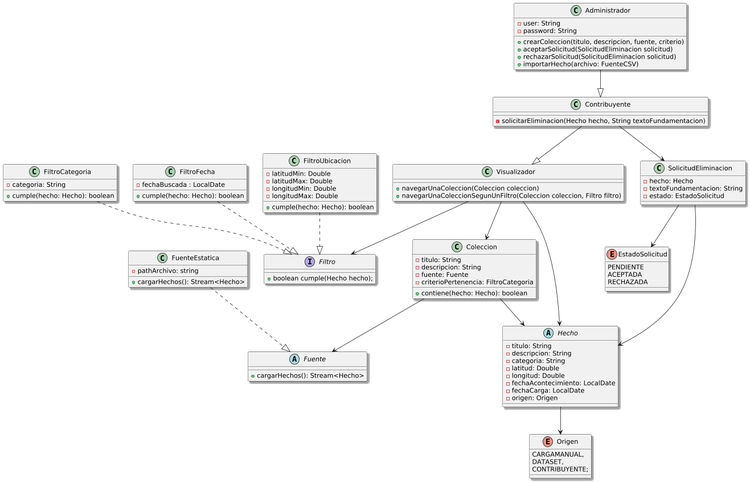
This is Diagramas/classDiagram.png from ValentinVilla/tpa-diseno-sistemas-2025, a PlantUML export, as it was before one commit.
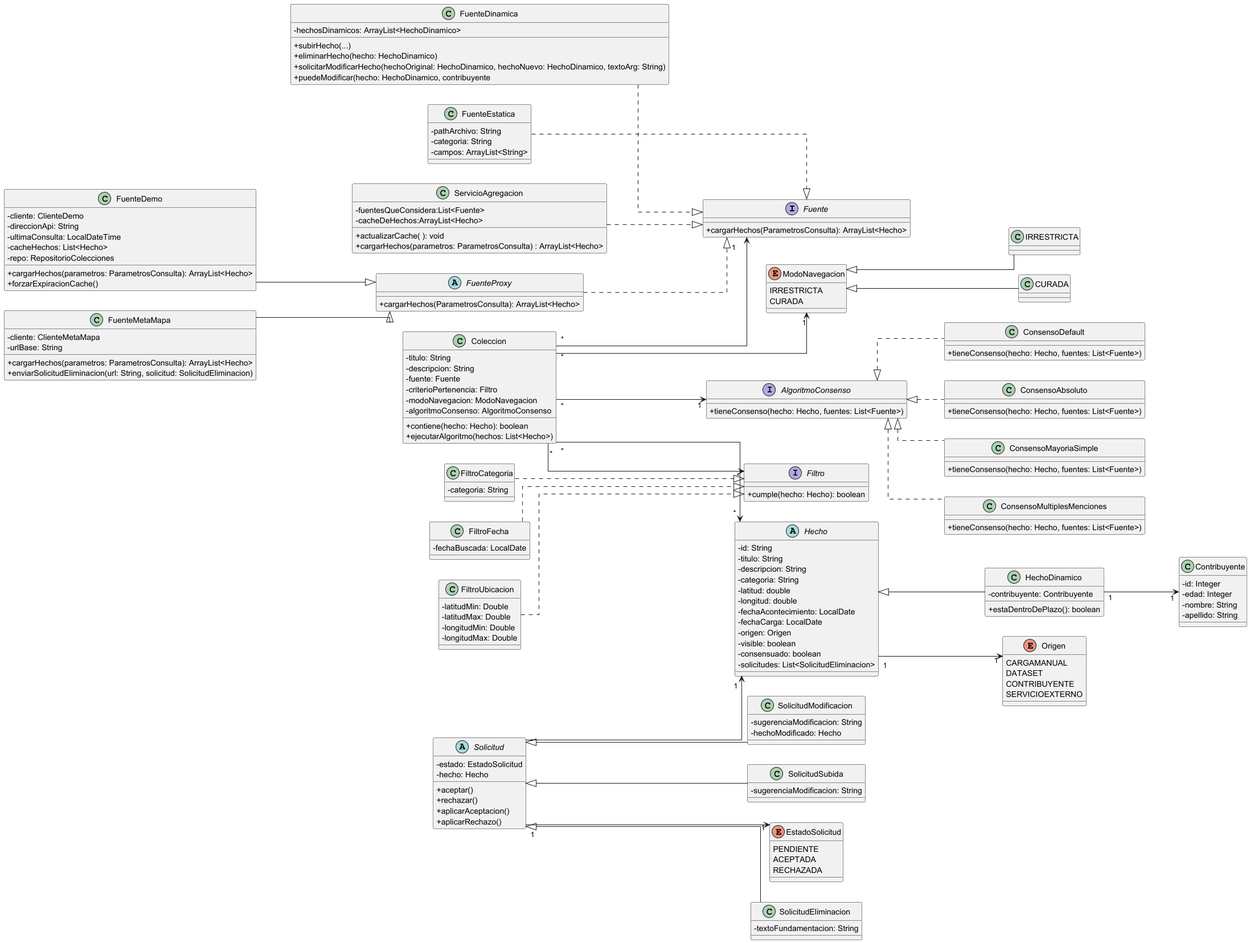
After the change.

Commit message:
actualizacion diagramas

Change to the diagram source:
```diff
@@ -1,41 +1,108 @@
 @startuml
-skinparam shadowing true
+skinparam classAttributeIconSize 0
+left to right direction
+skinparam linetype ortho
 
-class Coleccion {
+interface Fuente {
+  + cargarHechos(ParametrosConsulta): ArrayList<Hecho>
+}
+
+abstract class FuenteProxy {
+  + cargarHechos(ParametrosConsulta): ArrayList<Hecho>
+}
+
+class FuenteDinamica {
+  - hechosDinamicos: ArrayList<HechoDinamico>
+  + subirHecho(...)
+  + eliminarHecho(hecho: HechoDinamico)
+  + solicitarModificarHecho(hechoOriginal: HechoDinamico, hechoNuevo: HechoDinamico, textoArg: String)
+  + puedeModificar(hecho: HechoDinamico, contribuyente
+}
+
+class FuenteEstatica {
+  - pathArchivo: String
+  - categoria: String
+  - campos: ArrayList<String>
+}
+
+class FuenteDemo {
+  - cliente: ClienteDemo
+  - direccionApi: String
+  - ultimaConsulta: LocalDateTime
+  - cacheHechos: List<Hecho>
+  - repo: RepositorioColecciones
+  + cargarHechos(parametros: ParametrosConsulta): ArrayList<Hecho>
+  + forzarExpiracionCache()
+}
+
+class FuenteMetaMapa {
+  - cliente: ClienteMetaMapa
+  - urlBase: String
+  + cargarHechos(parametros: ParametrosConsulta): ArrayList<Hecho>
+  + enviarSolicitudEliminacion(url: String, solicitud: SolicitudEliminacion)
+}
+
+class ServicioAgregacion{
+  - fuentesQueConsidera:List<Fuente>
+  - cacheDeHechos:ArrayList<Hecho>
+  + actualizarCache( ): void
+  + cargarHechos(parametros: ParametrosConsulta) : ArrayList<Hecho>
+}
+
+abstract class Hecho {
+  - id: String
   - titulo: String
   - descripcion: String
-  - fuente: Fuente
-  - criterioPertenencia: FiltroCategoria
-  + contiene(hecho: Hecho): boolean
+  - categoria: String
+  - latitud: double
+  - longitud: double
+  - fechaAcontecimiento: LocalDate
+  - fechaCarga: LocalDate
+  - origen: Origen
+  - visible: boolean
+  - consensuado: boolean
+  - solicitudes: List<SolicitudEliminacion>
 }
 
-class Administrador {
-  - user: String
-  - password: String
-  + crearColeccion(titulo, descripcion, fuente, criterio)
-  + aceptarSolicitud(SolicitudEliminacion solicitud)
-  + rechazarSolicitud(SolicitudEliminacion solicitud)
-  + importarHecho(archivo: FuenteCSV)
+class HechoDinamico {
+  - contribuyente: Contribuyente
+  + estaDentroDePlazo(): boolean
 }
 
 enum Origen {
-  CARGAMANUAL,
-  DATASET,
-  CONTRIBUYENTE;
+  CARGAMANUAL
+  DATASET
+  CONTRIBUYENTE
+  SERVICIOEXTERNO
 }
 
-abstract class Fuente {
-  + cargarHechos(): Stream<Hecho>
+class Contribuyente {
+  - id: Integer
+  - edad: Integer
+  - nombre: String
+  - apellido: String
 }
 
-class FuenteEstatica {
-  - pathArchivo: string
-  + cargarHechos(): Stream<Hecho>
+abstract class Solicitud {
+  - estado: EstadoSolicitud
+  - hecho: Hecho
+  + aceptar()
+  + rechazar()
+  + aplicarAceptacion()
+  + aplicarRechazo()
 }
+
 class SolicitudEliminacion {
-  - hecho: Hecho
   - textoFundamentacion: String
-  - estado: EstadoSolicitud
+}
+
+class SolicitudModificacion {
+  - sugerenciaModificacion: String
+  - hechoModificado: Hecho
+}
+
+class SolicitudSubida {
+  - sugerenciaModificacion: String
 }
 
 enum EstadoSolicitud {
@@ -44,68 +111,96 @@
   RECHAZADA
 }
 
-class Contribuyente {
-   - solicitarEliminacion(Hecho hecho, String textoFundamentacion)
- }
-
-class Visualizador {
-  + navegarUnaColeccion(Coleccion coleccion)
-  + navegarUnaColeccionSegunUnFiltro(Coleccion coleccion, Filtro filtro)
+interface Filtro {
+  + cumple(hecho: Hecho): boolean
 }
 
-interface Filtro {
-  +boolean cumple(Hecho hecho);
- }
-
 class FiltroCategoria {
-- categoria: String
-+ cumple(hecho: Hecho): boolean
+  - categoria: String
 }
 
 class FiltroFecha {
-  - fechaBuscada : LocalDate
-  + cumple(hecho: Hecho): boolean
+  - fechaBuscada: LocalDate
 }
 
 class FiltroUbicacion {
-  -latitudMin: Double
-  -latitudMax: Double
-  -longitudMin: Double
-  -longitudMax: Double
-  +cumple(hecho: Hecho): boolean
+  - latitudMin: Double
+  - latitudMax: Double
+  - longitudMin: Double
+  - longitudMax: Double
 }
 
-abstract class Hecho {
+class Coleccion {
   - titulo: String
   - descripcion: String
-  - categoria: String
-  - latitud: Double
-  - longitud: Double
-  - fechaAcontecimiento: LocalDate
-  - fechaCarga: LocalDate
-  - origen: Origen
+  - fuente: Fuente
+  - criterioPertenencia: Filtro
+  - modoNavegacion: ModoNavegacion
+  - algoritmoConsenso: AlgoritmoConsenso
+  + contiene(hecho: Hecho): boolean
+  + ejecutarAlgoritmo(hechos: List<Hecho>)
 }
 
-Coleccion --> Hecho
-Coleccion --> Fuente
+interface AlgoritmoConsenso {
+  + tieneConsenso(hecho: Hecho, fuentes: List<Fuente>)
+}
 
-Hecho --> Origen
+class ConsensoDefault {
+  + tieneConsenso(hecho: Hecho, fuentes: List<Fuente>)
+}
 
+class ConsensoAbsoluto {
+  + tieneConsenso(hecho: Hecho, fuentes: List<Fuente>)
+}
+
+class ConsensoMayoriaSimple {
+  + tieneConsenso(hecho: Hecho, fuentes: List<Fuente>)
+}
+
+class ConsensoMultiplesMenciones {
+  + tieneConsenso(hecho: Hecho, fuentes: List<Fuente>)
+}
+
+enum ModoNavegacion {
+  IRRESTRICTA
+  CURADA
+}
+
+FuenteDinamica ..|> Fuente
 FuenteEstatica ..|> Fuente
+ServicioAgregacion ..|> Fuente
+FuenteProxy ..|> Fuente
+FuenteDemo --|> FuenteProxy
+FuenteMetaMapa --|> FuenteProxy
 
-Visualizador --> Hecho
-Visualizador --> Filtro
-Visualizador --> Coleccion
-Contribuyente --> SolicitudEliminacion
 
-Contribuyente --|> Visualizador
-Administrador --|> Contribuyente
+Hecho <|-- HechoDinamico
+Hecho "1"-->"1" Origen
+HechoDinamico "1"-->"1" Contribuyente
 
-SolicitudEliminacion --> Hecho
-SolicitudEliminacion --> EstadoSolicitud
+Solicitud <|-- SolicitudEliminacion
+Solicitud <|-- SolicitudModificacion
+Solicitud <|-- SolicitudSubida
+Solicitud "1"-->"1"EstadoSolicitud
+Solicitud "*"-->"1" Hecho
 
 FiltroCategoria ..|> Filtro
 FiltroFecha ..|> Filtro
 FiltroUbicacion ..|> Filtro
 
+Coleccion "*"-->"1" Fuente
+Coleccion "*"-->"*" Filtro
+Coleccion "*"-->"1" AlgoritmoConsenso
+Coleccion "*"-->"1" ModoNavegacion
+Coleccion "*"-->"*"Hecho
+
+
+ModoNavegacion <|-- IRRESTRICTA
+ModoNavegacion <|-- CURADA
+
+AlgoritmoConsenso <|.. ConsensoDefault
+AlgoritmoConsenso <|.. ConsensoAbsoluto
+AlgoritmoConsenso <|.. ConsensoMayoriaSimple
+AlgoritmoConsenso <|.. ConsensoMultiplesMenciones
+
 @enduml
```
